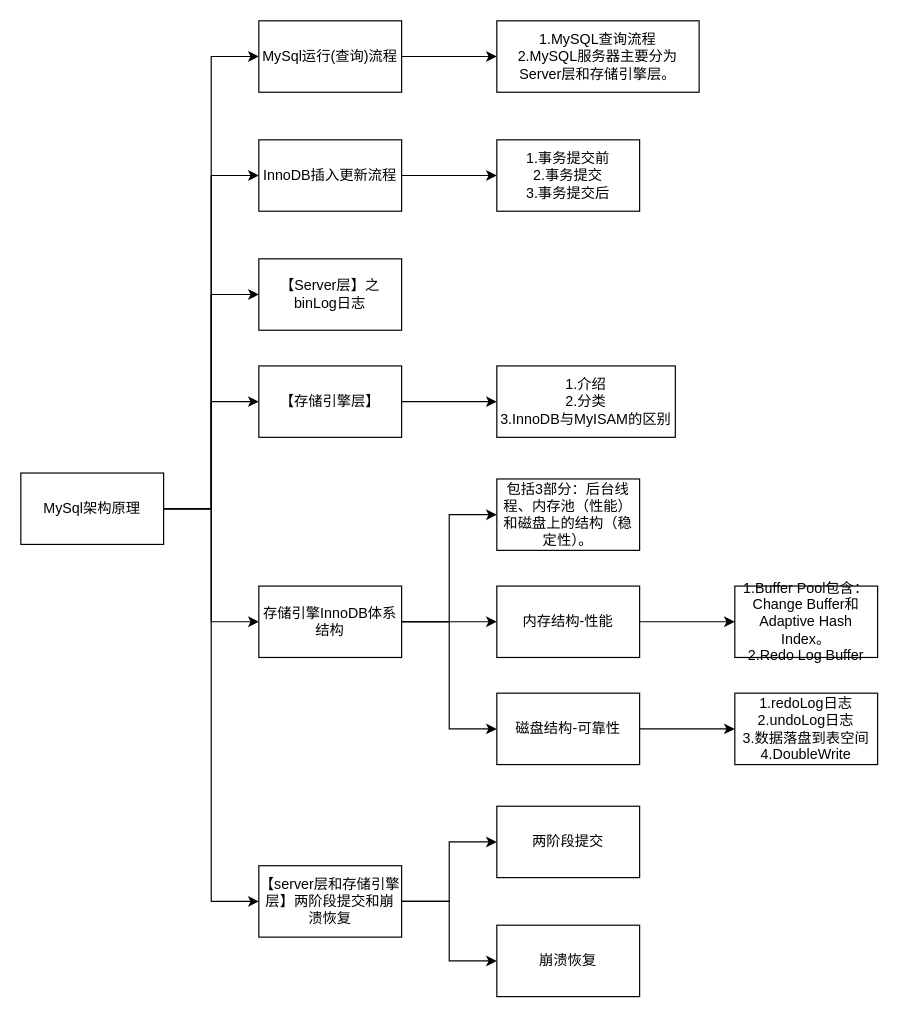
Before: images/draw/121.MySqlFramework.drawio in wt1814/wt1814.github.io, a draw.io diagram. Source tidied: cells renumbered, new cells numbered last; positions are measured from the earlier drawing's top-left corner, leaving out a move shared by most shapes. Both pictures are drawn from the tidied source at 119%, with x=0, y=0 at pixel (20, 20).
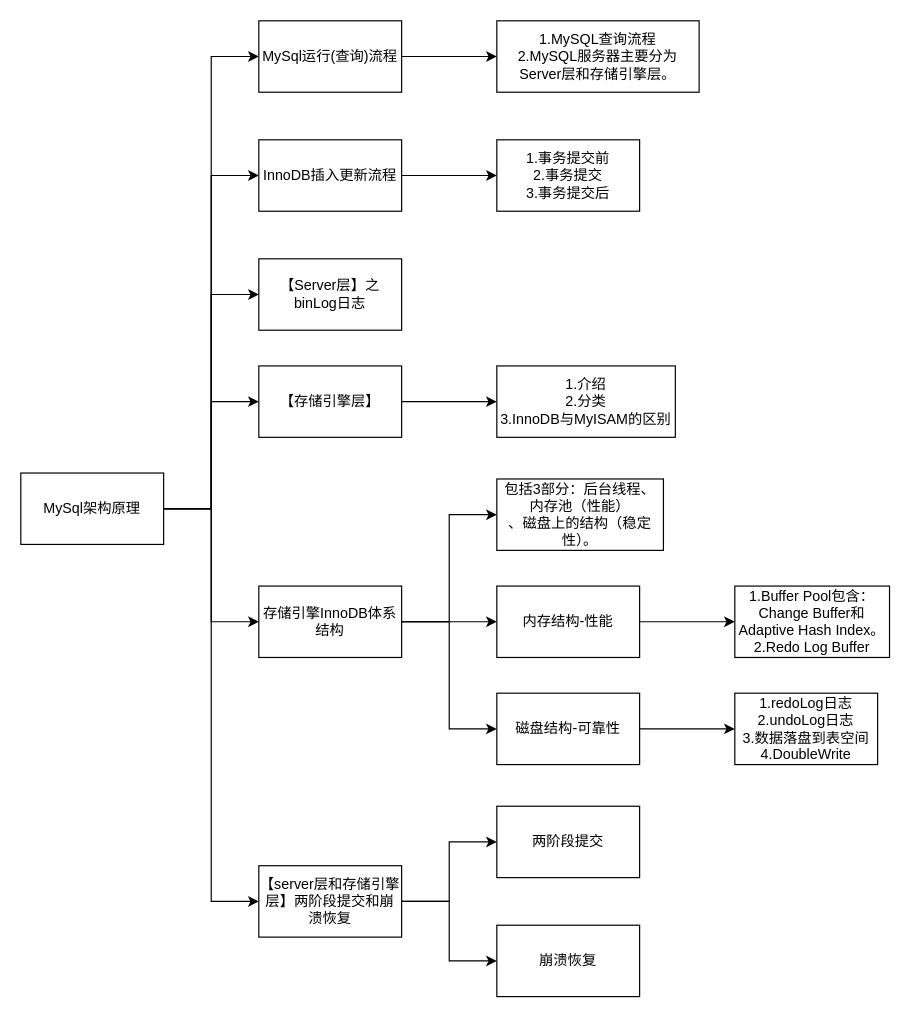
After the change.

Diff of the diagram source:
```diff
@@
-    <mxCell id="23" value="包括3部分：后台线程、内存池（性能）和磁盘上的结构（稳定性）。" style="rounded=0;whiteSpace=wrap;html=1;" parent="1" vertex="1">
-      <mxGeometry x="400" y="385" width="120" height="60" as="geometry" />
+    <mxCell id="23" value="包括3部分：后台线程、内存池（性能）&lt;br&gt;、磁盘上的结构（稳定性）。" style="rounded=0;whiteSpace=wrap;html=1;" parent="1" vertex="1">
+      <mxGeometry x="400" y="385" width="140" height="60" as="geometry" />
     </mxCell>
@@
     <mxCell id="31" value="&lt;div&gt;1.Buffer Pool包含：Change Buffer和Adaptive Hash Index。&lt;/div&gt;&lt;div&gt;2.Redo Log Buffer&lt;/div&gt;" style="rounded=0;whiteSpace=wrap;html=1;" parent="1" vertex="1">
-      <mxGeometry x="600" y="475" width="120" height="60" as="geometry" />
+      <mxGeometry x="600" y="475" width="130" height="60" as="geometry" />
     </mxCell>
```
